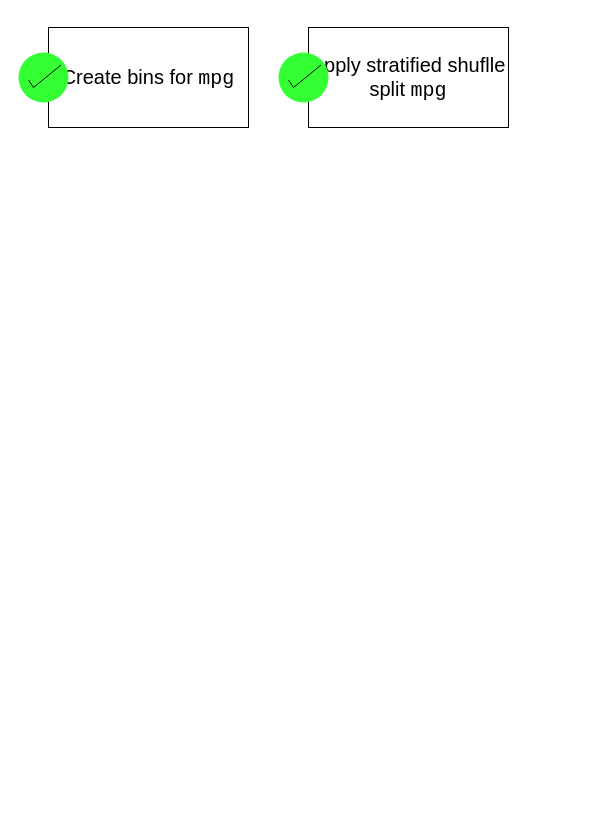
Earlier version of the draw.io diagram page "homl process" (2 of 4) of auto-mpg/files/diagrams/project diagram and planning.drawio (roijacob/data-science-projects). Source tidied: cells renumbered, new cells numbered last; positions are measured from the earlier drawing's top-left corner, leaving out a move shared by most shapes. Both pictures are drawn from the tidied source at 100%, with x=0, y=0 at pixel (18, 27).
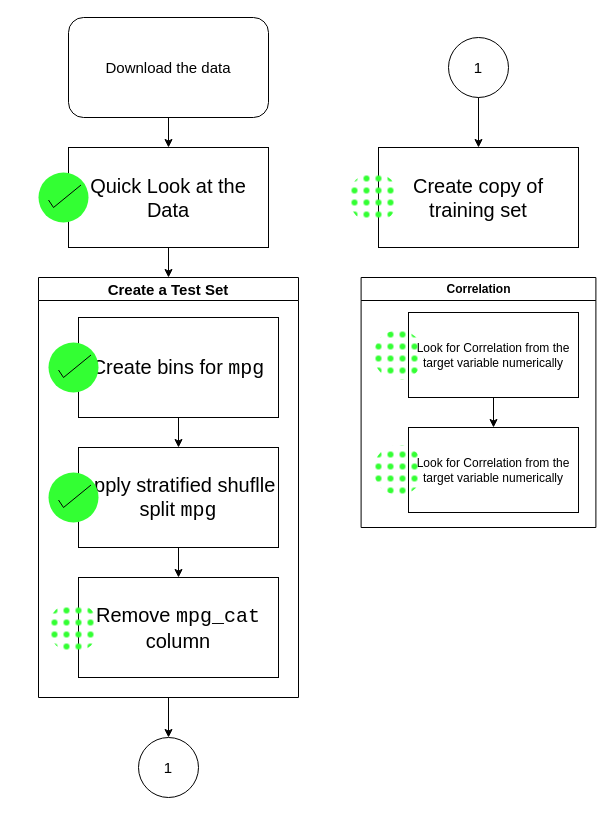
The same page after the edit.

The change refers to these unchanged cells:
```xml
<mxCell id="3" value="Create bins for &lt;font face=&quot;Courier New&quot;&gt;mpg&lt;/font&gt;" style="rounded=0;whiteSpace=wrap;html=1;fontSize=20;" parent="2" vertex="1">
  <mxGeometry x="30" width="200" height="100" as="geometry" />
</mxCell>
<mxCell id="6" value="Apply stratified shuflle split&amp;nbsp;&lt;font face=&quot;Courier New&quot;&gt;mpg&lt;/font&gt;" style="rounded=0;whiteSpace=wrap;html=1;fontSize=20;" parent="5" vertex="1">
  <mxGeometry x="30" width="200" height="100" as="geometry" />
</mxCell>
```

The edit, as a diff of the source:
```diff
@@
+    <mxCell id="8" style="edgeStyle=orthogonalEdgeStyle;rounded=0;jettySize=auto;html=1;exitX=0.5;exitY=1;exitDx=0;exitDy=0;entryX=0.5;entryY=0;entryDx=0;entryDy=0;fontSize=15;" parent="1" edge="1" source="9" target="11">
+      <mxGeometry relative="1" as="geometry" />
+    </mxCell>
+    <mxCell id="9" value="&lt;font style=&quot;font-size: 15px;&quot;&gt;Download the data&lt;/font&gt;" style="rounded=1;whiteSpace=wrap;html=1;" parent="1" vertex="1">
+      <mxGeometry x="50" y="-10" width="200" height="100" as="geometry" />
+    </mxCell>
+    <mxCell id="10" style="group;" parent="1" vertex="1">
+      <mxGeometry x="20" y="120" width="230" height="100" as="geometry" />
+    </mxCell>
+    <mxCell id="11" value="Quick Look at the Data" style="rounded=0;whiteSpace=wrap;html=1;fontSize=20;" parent="10" vertex="1">
+      <mxGeometry x="30" width="200" height="100" as="geometry" />
+    </mxCell>
+    <mxCell id="12" style="html=1;verticalLabelPosition=bottom;labelBackgroundColor=#ffffff;verticalAlign=top;shadow=0;dashed=0;strokeWidth=2;shape=mxgraph.ios7.misc.select;fillColor=#33FF33;strokeColor=default;sketch=0;fontSize=20;fillStyle=auto;perimeterSpacing=0;" parent="10" vertex="1">
+      <mxGeometry y="25" width="50" height="50" as="geometry" />
+    </mxCell>
+    <mxCell id="13" style="edgeStyle=orthogonalEdgeStyle;rounded=0;jettySize=auto;html=1;fontFamily=Helvetica;fontSize=15;" parent="1" edge="1" source="14" target="23">
+      <mxGeometry relative="1" as="geometry" />
+    </mxCell>
+    <mxCell id="14" value="Create a Test Set" style="swimlane;whiteSpace=wrap;html=1;fontSize=15;" parent="1" vertex="1">
+      <mxGeometry x="20" y="250" width="260" height="420" as="geometry" />
+    </mxCell>
-    <mxCell id="2" style="group;" parent="1" vertex="1">
-      <mxGeometry width="230" height="100" as="geometry" />
+    <mxCell id="2" style="group;" parent="14" vertex="1">
+      <mxGeometry x="10" y="40" width="230" height="100" as="geometry" />
     </mxCell>
@@
+    <mxCell id="15" style="edgeStyle=orthogonalEdgeStyle;rounded=0;jettySize=auto;html=1;" parent="14" edge="1" source="3" target="6">
+      <mxGeometry relative="1" as="geometry" />
+    </mxCell>
-    <mxCell id="5" style="group;" parent="1" vertex="1">
-      <mxGeometry x="260" width="230" height="100" as="geometry" />
+    <mxCell id="5" style="group;" parent="14" vertex="1">
+      <mxGeometry x="10" y="170" width="230" height="100" as="geometry" />
     </mxCell>
@@
+    <mxCell id="16" style="group;" parent="14" vertex="1">
+      <mxGeometry x="10" y="300" width="230" height="100" as="geometry" />
+    </mxCell>
+    <mxCell id="17" value="Remove&amp;nbsp;&lt;font face=&quot;Courier New&quot;&gt;mpg_cat &lt;/font&gt;column" style="rounded=0;whiteSpace=wrap;html=1;fontSize=20;" parent="16" vertex="1">
+      <mxGeometry x="30" width="200" height="100" as="geometry" />
+    </mxCell>
+    <mxCell id="18" style="html=1;verticalLabelPosition=bottom;labelBackgroundColor=#ffffff;verticalAlign=top;shadow=0;dashed=0;strokeWidth=2;shape=mxgraph.ios7.misc.select;fillColor=#33FF33;strokeColor=none;sketch=0;fontSize=20;fillStyle=dots;perimeterSpacing=0;" parent="16" vertex="1">
+      <mxGeometry y="25" width="50" height="50" as="geometry" />
+    </mxCell>
+    <mxCell id="19" style="edgeStyle=orthogonalEdgeStyle;rounded=0;jettySize=auto;html=1;exitX=0.5;exitY=1;exitDx=0;exitDy=0;entryX=0.5;entryY=0;entryDx=0;entryDy=0;fontSize=15;" parent="14" edge="1" source="6" target="17">
+      <mxGeometry relative="1" as="geometry" />
+    </mxCell>
+    <mxCell id="20" style="edgeStyle=orthogonalEdgeStyle;rounded=0;jettySize=auto;html=1;exitX=0.5;exitY=1;exitDx=0;exitDy=0;entryX=0.5;entryY=0;entryDx=0;entryDy=0;fontSize=15;" parent="1" edge="1" source="11" target="14">
+      <mxGeometry relative="1" as="geometry" />
+    </mxCell>
+    <mxCell id="21" style="group;" parent="1" vertex="1">
+      <mxGeometry x="330" y="120" width="230" height="100" as="geometry" />
+    </mxCell>
+    <mxCell id="22" value="Create copy of training set" style="rounded=0;whiteSpace=wrap;html=1;fontSize=20;" parent="21" vertex="1">
+      <mxGeometry x="30" width="200" height="100" as="geometry" />
+    </mxCell>
+    <mxCell id="23" value="1" style="ellipse;whiteSpace=wrap;html=1;fillStyle=dots;fontFamily=Helvetica;fontSize=15;" parent="1" vertex="1">
+      <mxGeometry x="120" y="710" width="60" height="60" as="geometry" />
+    </mxCell>
+    <mxCell id="24" style="edgeStyle=orthogonalEdgeStyle;rounded=0;jettySize=auto;html=1;exitX=0.5;exitY=1;exitDx=0;exitDy=0;entryX=0.5;entryY=0;entryDx=0;entryDy=0;fontFamily=Helvetica;fontSize=15;" parent="1" edge="1" source="25" target="22">
+      <mxGeometry relative="1" as="geometry" />
+    </mxCell>
+    <mxCell id="25" value="1" style="ellipse;whiteSpace=wrap;html=1;fillStyle=dots;fontFamily=Helvetica;fontSize=15;" parent="1" vertex="1">
+      <mxGeometry x="430" y="10" width="60" height="60" as="geometry" />
+    </mxCell>
+    <mxCell id="26" value="Correlation" style="swimlane;whiteSpace=wrap;html=1;fontSize=12;" parent="1" vertex="1">
+      <mxGeometry x="342.6" y="250" width="234.8" height="250" as="geometry" />
+    </mxCell>
+    <mxCell id="27" style="edgeStyle=orthogonalEdgeStyle;rounded=0;jettySize=auto;html=1;exitX=0.5;exitY=1;exitDx=0;exitDy=0;entryX=0.5;entryY=0;entryDx=0;entryDy=0;fontFamily=Helvetica;fontSize=15;" parent="26" edge="1" source="28" target="30">
+      <mxGeometry relative="1" as="geometry" />
+    </mxCell>
+    <mxCell id="28" value="Look for Correlation from the target variable numerically" style="rounded=0;whiteSpace=wrap;html=1;" parent="26" vertex="1">
+      <mxGeometry x="47.4" y="35" width="170" height="85" as="geometry" />
+    </mxCell>
+    <mxCell id="29" style="html=1;verticalLabelPosition=bottom;labelBackgroundColor=#ffffff;verticalAlign=top;shadow=0;dashed=0;strokeWidth=2;shape=mxgraph.ios7.misc.select;fillColor=#33FF33;strokeColor=none;sketch=0;fontSize=20;fillStyle=dots;perimeterSpacing=0;" parent="26" vertex="1">
+      <mxGeometry x="12.4" y="52.5" width="50" height="50" as="geometry" />
+    </mxCell>
+    <mxCell id="30" value="Look for Correlation from the target variable numerically" style="rounded=0;whiteSpace=wrap;html=1;" parent="26" vertex="1">
+      <mxGeometry x="47.4" y="150" width="170" height="85" as="geometry" />
+    </mxCell>
+    <mxCell id="31" style="html=1;verticalLabelPosition=bottom;labelBackgroundColor=#ffffff;verticalAlign=top;shadow=0;dashed=0;strokeWidth=2;shape=mxgraph.ios7.misc.select;fillColor=#33FF33;strokeColor=none;sketch=0;fontSize=20;fillStyle=dots;perimeterSpacing=0;" parent="26" vertex="1">
+      <mxGeometry x="12.4" y="167.5" width="50" height="50" as="geometry" />
+    </mxCell>
+    <mxCell id="32" style="html=1;verticalLabelPosition=bottom;labelBackgroundColor=#ffffff;verticalAlign=top;shadow=0;dashed=0;strokeWidth=2;shape=mxgraph.ios7.misc.select;fillColor=#33FF33;strokeColor=none;sketch=0;fontSize=20;fillStyle=dots;perimeterSpacing=0;" parent="1" vertex="1">
+      <mxGeometry x="330" y="145" width="50" height="50" as="geometry" />
+    </mxCell>
```
